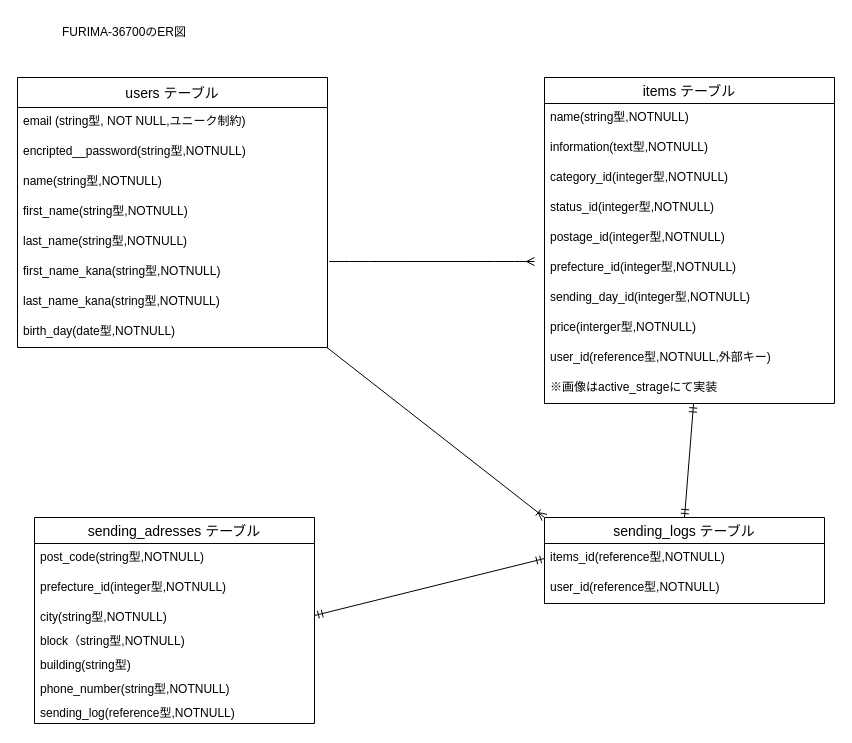
Before: datebase.dio in Takucap10/furima-36700, a draw.io diagram. Source tidied: cells renumbered, new cells numbered last; positions are measured from the earlier drawing's top-left corner, leaving out a move shared by most shapes. Both pictures are drawn from the tidied source at 100%, with x=0, y=0 at pixel (17, 17).
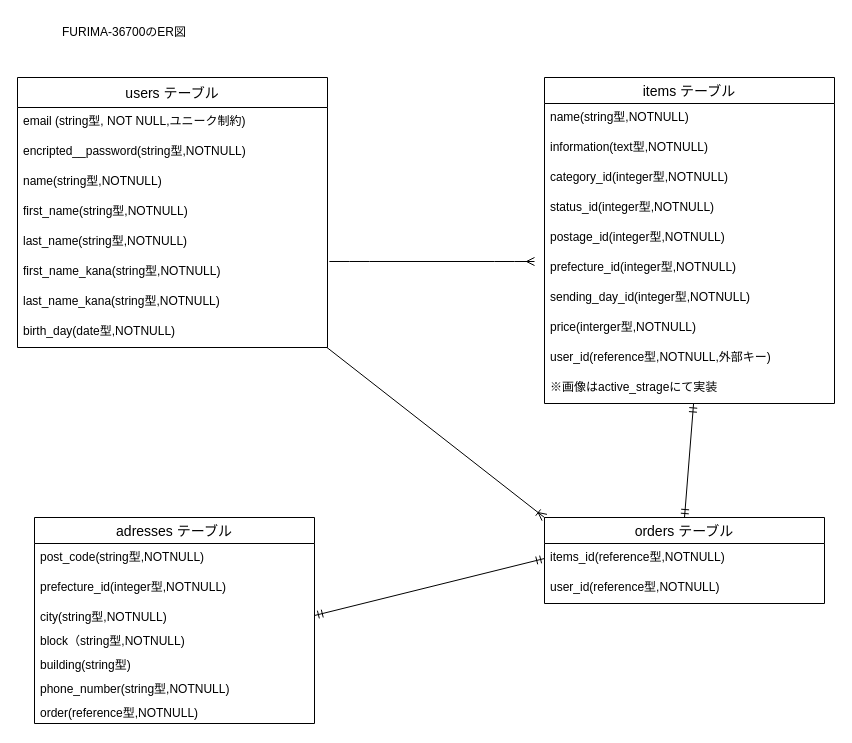
Above is the later version.

What changed in the source:
```diff
@@
-    <mxCell id="23" value="sending_adresses テーブル" style="swimlane;fontStyle=0;horizontal=1;startSize=26;align=center;fontSize=14;" parent="1" vertex="1">
+    <mxCell id="23" value="adresses テーブル" style="swimlane;fontStyle=0;horizontal=1;startSize=26;align=center;fontSize=14;" parent="1" vertex="1">
       <mxGeometry x="17" y="500" width="280" height="206" as="geometry" />
     </mxCell>
@@
-    <mxCell id="30" value="sending_log(reference型,NOTNULL)" style="text;strokeColor=none;fillColor=none;spacingLeft=4;spacingRight=4;overflow=hidden;fontSize=12;" parent="23" vertex="1">
+    <mxCell id="30" value="order(reference型,NOTNULL)" style="text;strokeColor=none;fillColor=none;spacingLeft=4;spacingRight=4;overflow=hidden;fontSize=12;" parent="23" vertex="1">
       <mxGeometry y="182" width="280" height="24" as="geometry" />
     </mxCell>
@@
-    <mxCell id="32" value="sending_logs テーブル" style="swimlane;fontStyle=0;horizontal=1;startSize=26;align=center;fontSize=14;" parent="1" vertex="1">
+    <mxCell id="32" value="orders テーブル" style="swimlane;fontStyle=0;horizontal=1;startSize=26;align=center;fontSize=14;" parent="1" vertex="1">
       <mxGeometry x="527" y="500" width="280" height="86" as="geometry" />
     </mxCell>
```
